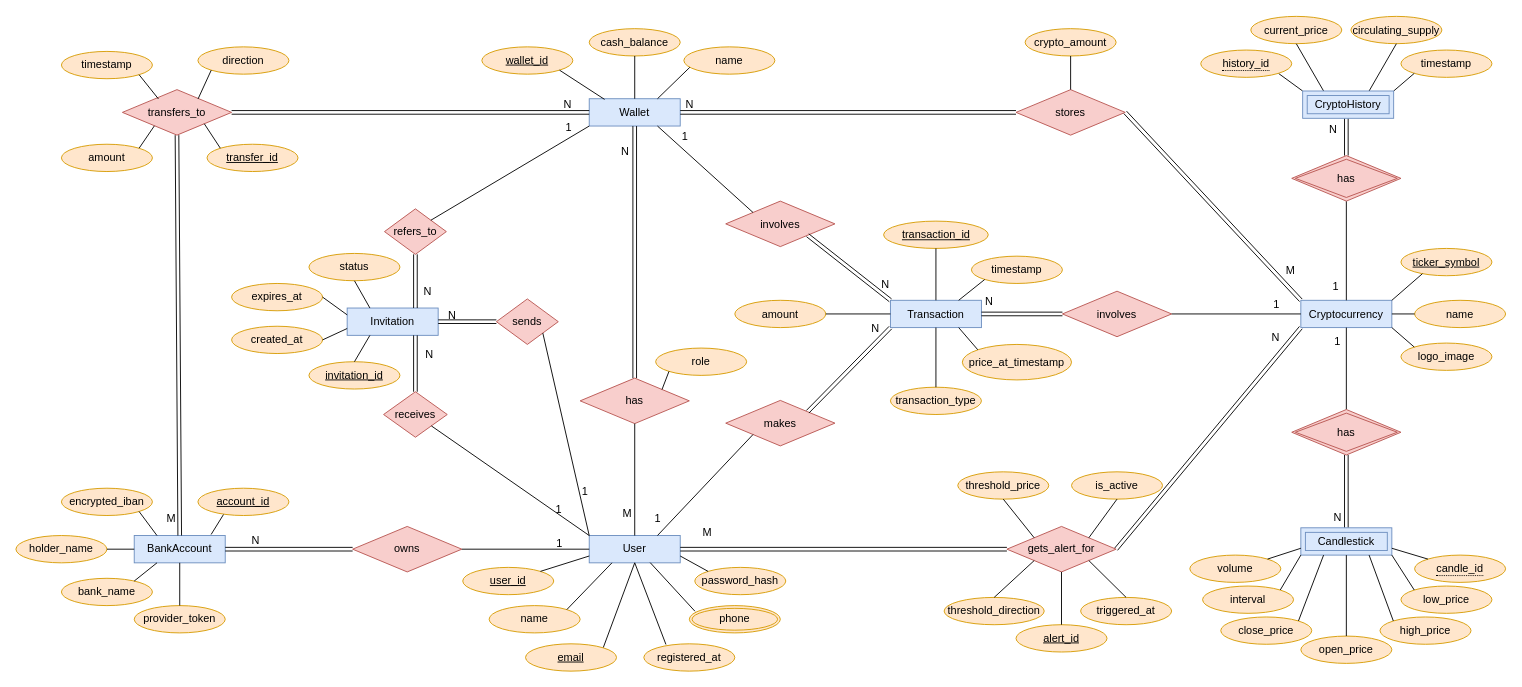
Above: deliverable-1/figures/ER_diagram.drawio in georrous6/Databases (draw.io), before the change. Source tidied: cells renumbered, new cells numbered last; positions are measured from the earlier drawing's top-left corner, leaving out a move shared by most shapes. Both pictures are drawn from the tidied source at 91%, with x=0, y=0 at pixel (15, 16).
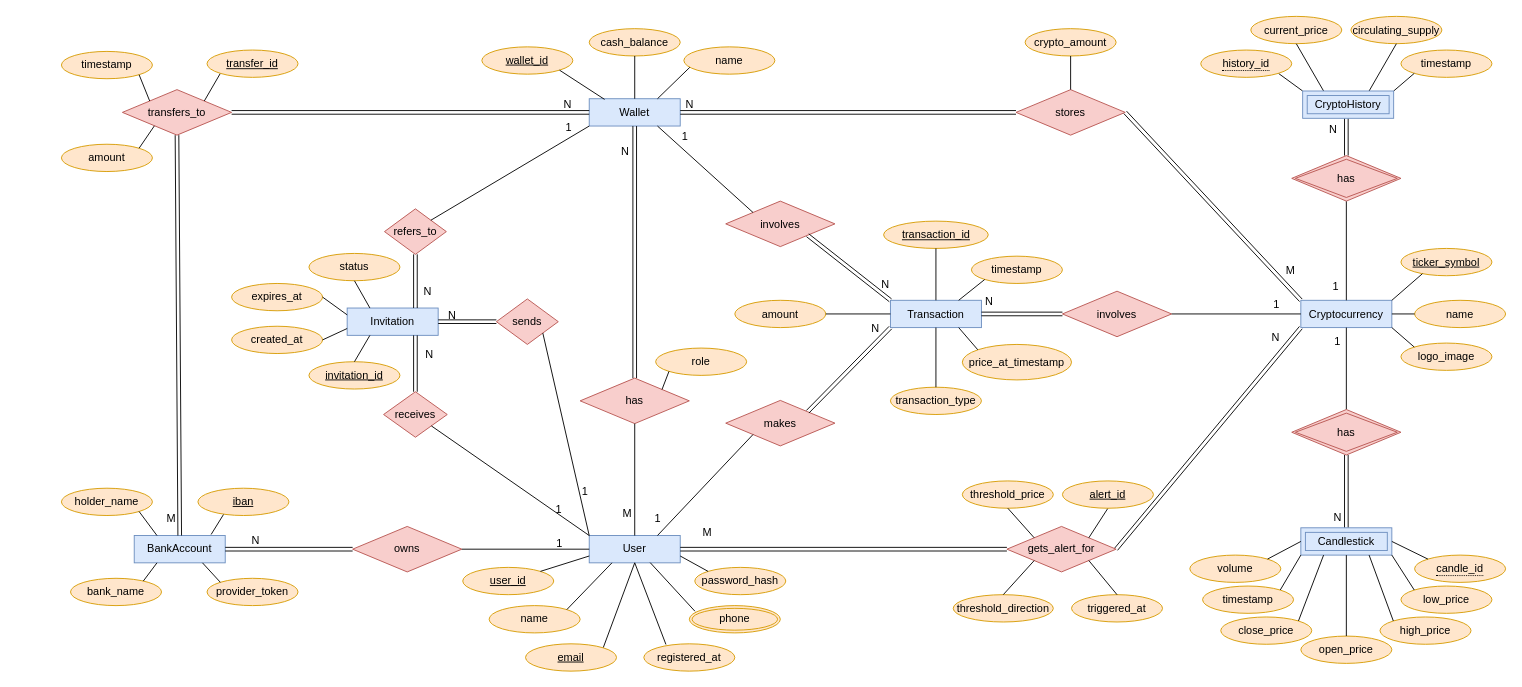
The same page after the edit.

Unchanged cells that the change refers to:
```xml
<mxCell id="7" value="BankAccount" style="whiteSpace=wrap;html=1;align=center;fillColor=#dae8fc;strokeColor=#6c8ebf;" parent="1" vertex="1">
  <mxGeometry x="130" y="570" width="100" height="30" as="geometry" />
</mxCell>
<mxCell id="26" value="transfers_to" style="shape=rhombus;perimeter=rhombusPerimeter;whiteSpace=wrap;html=1;align=center;fillColor=#f8cecc;strokeColor=#b85450;" parent="1" vertex="1">
  <mxGeometry x="117" y="80" width="120" height="50" as="geometry" />
</mxCell>
<mxCell id="29" value="timestamp" style="ellipse;whiteSpace=wrap;html=1;align=center;fillColor=#ffe6cc;strokeColor=#d79b00;" parent="1" vertex="1">
  <mxGeometry x="50" y="38" width="100" height="30" as="geometry" />
</mxCell>
<mxCell id="43" value="gets_alert_for" style="shape=rhombus;perimeter=rhombusPerimeter;whiteSpace=wrap;html=1;align=center;fillColor=#f8cecc;strokeColor=#b85450;" parent="1" vertex="1">
  <mxGeometry x="1089" y="560" width="120" height="50" as="geometry" />
</mxCell>
<mxCell id="48" value="volume" style="ellipse;whiteSpace=wrap;html=1;align=center;fillColor=#ffe6cc;strokeColor=#d79b00;" parent="1" vertex="1">
  <mxGeometry x="1290" y="591.5" width="100" height="30" as="geometry" />
</mxCell>
<mxCell id="50" value="&lt;span style=&quot;border-bottom: 1px dotted&quot;&gt;candle_id&lt;/span&gt;" style="ellipse;whiteSpace=wrap;html=1;align=center;fillColor=#ffe6cc;strokeColor=#d79b00;" parent="1" vertex="1">
  <mxGeometry x="1537" y="591.5" width="100" height="30" as="geometry" />
</mxCell>
<mxCell id="60" value="Candlestick" style="shape=ext;margin=3;double=1;whiteSpace=wrap;html=1;align=center;fillColor=#dae8fc;strokeColor=#6c8ebf;" parent="1" vertex="1">
  <mxGeometry x="1412" y="561.5" width="100" height="30" as="geometry" />
</mxCell>
```

The edit, as a diff of the source:
```diff
@@
-    <mxCell id="9" value="account_id" style="ellipse;whiteSpace=wrap;html=1;align=center;fontStyle=4;fillColor=#ffe6cc;strokeColor=#d79b00;" parent="1" vertex="1">
+    <mxCell id="9" value="iban" style="ellipse;whiteSpace=wrap;html=1;align=center;fontStyle=4;fillColor=#ffe6cc;strokeColor=#d79b00;" parent="1" vertex="1">
       <mxGeometry x="200" y="518" width="100" height="30" as="geometry" />
     </mxCell>
-    <mxCell id="10" value="encrypted_iban" style="ellipse;whiteSpace=wrap;html=1;align=center;fillColor=#ffe6cc;strokeColor=#d79b00;" parent="1" vertex="1">
-      <mxGeometry x="50" y="518" width="100" height="30" as="geometry" />
-    </mxCell>
     <mxCell id="11" value="&lt;p dir=&quot;auto&quot; style=&quot;white-space-collapse: preserve;&quot;&gt;&lt;span style=&quot;color: rgb(0, 0, 0); white-space-collapse: collapse;&quot;&gt;holder_name&lt;/span&gt;&lt;/p&gt;" style="ellipse;whiteSpace=wrap;html=1;align=center;fillColor=#ffe6cc;strokeColor=#d79b00;" parent="1" vertex="1">
-      <mxGeometry y="570" width="100" height="30" as="geometry" />
+      <mxGeometry x="50" y="518" width="100" height="30" as="geometry" />
     </mxCell>
     <mxCell id="12" value="bank_name" style="ellipse;whiteSpace=wrap;html=1;align=center;fillColor=#ffe6cc;strokeColor=#d79b00;" parent="1" vertex="1">
-      <mxGeometry x="50" y="617" width="100" height="30" as="geometry" />
+      <mxGeometry x="60" y="617" width="100" height="30" as="geometry" />
     </mxCell>
@@
     <mxCell id="14" value="provider_token" style="ellipse;whiteSpace=wrap;html=1;align=center;fillColor=#ffe6cc;strokeColor=#d79b00;" parent="1" vertex="1">
-      <mxGeometry x="130" y="647" width="100" height="30" as="geometry" />
+      <mxGeometry x="210" y="617" width="100" height="30" as="geometry" />
     </mxCell>
@@
-    <mxCell id="27" value="direction" style="ellipse;whiteSpace=wrap;html=1;align=center;fillColor=#ffe6cc;strokeColor=#d79b00;" parent="1" vertex="1">
-      <mxGeometry x="200" y="33" width="100" height="30" as="geometry" />
-    </mxCell>
@@
     <mxCell id="38" value="threshold_price" style="ellipse;whiteSpace=wrap;html=1;align=center;fillColor=#ffe6cc;strokeColor=#d79b00;" parent="1" vertex="1">
-      <mxGeometry x="1035" y="500" width="100" height="30" as="geometry" />
+      <mxGeometry x="1040" y="510" width="100" height="30" as="geometry" />
     </mxCell>
     <mxCell id="39" value="triggered_at" style="ellipse;whiteSpace=wrap;html=1;align=center;fillColor=#ffe6cc;strokeColor=#d79b00;" parent="1" vertex="1">
-      <mxGeometry x="1170" y="638" width="100" height="30" as="geometry" />
+      <mxGeometry x="1160" y="635" width="100" height="30" as="geometry" />
     </mxCell>
@@
-    <mxCell id="41" value="is_active" style="ellipse;whiteSpace=wrap;html=1;align=center;fillColor=#ffe6cc;strokeColor=#d79b00;" parent="1" vertex="1">
-      <mxGeometry x="1160" y="500" width="100" height="30" as="geometry" />
-    </mxCell>
     <mxCell id="42" value="threshold_direction" style="ellipse;whiteSpace=wrap;html=1;align=center;fillColor=#ffe6cc;strokeColor=#d79b00;" parent="1" vertex="1">
-      <mxGeometry x="1020" y="638" width="110" height="30" as="geometry" />
+      <mxGeometry x="1030" y="635" width="110" height="30" as="geometry" />
     </mxCell>
@@
-    <mxCell id="49" value="interval" style="ellipse;whiteSpace=wrap;html=1;align=center;fillColor=#ffe6cc;strokeColor=#d79b00;" parent="1" vertex="1">
+    <mxCell id="49" value="timestamp" style="ellipse;whiteSpace=wrap;html=1;align=center;fillColor=#ffe6cc;strokeColor=#d79b00;" parent="1" vertex="1">
       <mxGeometry x="1304" y="625.5" width="100" height="30" as="geometry" />
     </mxCell>
@@
-    <mxCell id="69" style="endArrow=none;html=1;rounded=0;exitX=1;exitY=1;exitDx=0;exitDy=0;entryX=0.25;entryY=0;entryDx=0;entryDy=0;" parent="1" edge="1" source="10" target="7">
-      <mxGeometry relative="1" as="geometry" />
-    </mxCell>
-    <mxCell id="70" style="endArrow=none;html=1;rounded=0;entryX=1;entryY=0.5;entryDx=0;entryDy=0;exitX=0;exitY=0.5;exitDx=0;exitDy=0;" parent="1" edge="1" source="7" target="11">
+    <mxCell id="70" style="endArrow=none;html=1;rounded=0;entryX=1;entryY=1;entryDx=0;entryDy=0;exitX=0.25;exitY=0;exitDx=0;exitDy=0;" parent="1" edge="1" source="7" target="11">
       <mxGeometry relative="1" as="geometry" />
     </mxCell>
@@
-    <mxCell id="72" style="endArrow=none;html=1;rounded=0;exitX=0.5;exitY=0;exitDx=0;exitDy=0;entryX=0.5;entryY=1;entryDx=0;entryDy=0;" parent="1" edge="1" source="14" target="7">
+    <mxCell id="72" style="endArrow=none;html=1;rounded=0;exitX=0;exitY=0;exitDx=0;exitDy=0;entryX=0.75;entryY=1;entryDx=0;entryDy=0;" parent="1" edge="1" source="14" target="7">
       <mxGeometry relative="1" as="geometry" />
     </mxCell>
@@
-    <mxCell id="79" style="endArrow=none;html=1;rounded=0;exitX=0.5;exitY=1;exitDx=0;exitDy=0;entryX=1;entryY=0;entryDx=0;entryDy=0;" parent="1" edge="1" source="41" target="43">
+    <mxCell id="79" style="endArrow=none;html=1;rounded=0;exitX=0.5;exitY=1;exitDx=0;exitDy=0;entryX=1;entryY=0;entryDx=0;entryDy=0;" parent="1" edge="1" source="142" target="43">
       <mxGeometry relative="1" as="geometry" />
     </mxCell>
@@
-    <mxCell id="83" style="endArrow=none;html=1;rounded=0;exitX=0;exitY=0;exitDx=0;exitDy=0;entryX=1;entryY=0.75;entryDx=0;entryDy=0;" parent="1" edge="1" source="50" target="60">
+    <mxCell id="83" style="endArrow=none;html=1;rounded=0;exitX=0;exitY=0;exitDx=0;exitDy=0;entryX=1;entryY=0.5;entryDx=0;entryDy=0;" parent="1" edge="1" source="50" target="60">
       <mxGeometry relative="1" as="geometry" />
     </mxCell>
@@
-    <mxCell id="89" style="endArrow=none;html=1;rounded=0;exitX=1;exitY=0;exitDx=0;exitDy=0;entryX=0;entryY=0.75;entryDx=0;entryDy=0;" parent="1" edge="1" source="48" target="60">
+    <mxCell id="89" style="endArrow=none;html=1;rounded=0;exitX=1;exitY=0;exitDx=0;exitDy=0;entryX=0;entryY=0.5;entryDx=0;entryDy=0;" parent="1" edge="1" source="48" target="60">
       <mxGeometry relative="1" as="geometry" />
     </mxCell>
@@
-    <mxCell id="127" style="endArrow=none;html=1;exitX=1;exitY=1;exitDx=0;exitDy=0;entryX=0.33;entryY=0.204;entryDx=0;entryDy=0;entryPerimeter=0;" parent="1" edge="1" source="29" target="26">
+    <mxCell id="127" style="endArrow=none;html=1;exitX=1;exitY=1;exitDx=0;exitDy=0;entryX=0;entryY=0;entryDx=0;entryDy=0;" parent="1" edge="1" source="29" target="26">
       <mxGeometry relative="1" as="geometry" />
     </mxCell>
-    <mxCell id="128" style="endArrow=none;html=1;entryX=0;entryY=1;entryDx=0;entryDy=0;exitX=0.693;exitY=0.204;exitDx=0;exitDy=0;exitPerimeter=0;" parent="1" edge="1" source="26" target="27">
+    <mxCell id="128" style="endArrow=none;html=1;entryX=0;entryY=1;entryDx=0;entryDy=0;exitX=1;exitY=0;exitDx=0;exitDy=0;" parent="1" edge="1" source="26" target="144">
       <mxGeometry relative="1" as="geometry" />
     </mxCell>
@@
     <mxCell id="142" value="alert_id" style="ellipse;whiteSpace=wrap;html=1;align=center;fontStyle=4;fillColor=#ffe6cc;strokeColor=#d79b00;" parent="1" vertex="1">
-      <mxGeometry x="1099" y="668" width="100" height="30" as="geometry" />
+      <mxGeometry x="1150" y="510" width="100" height="30" as="geometry" />
     </mxCell>
-    <mxCell id="143" style="endArrow=none;html=1;rounded=0;exitX=0.5;exitY=0;exitDx=0;exitDy=0;entryX=0.5;entryY=1;entryDx=0;entryDy=0;" parent="1" edge="1" source="142" target="43">
-      <mxGeometry relative="1" as="geometry" />
-    </mxCell>
     <mxCell id="144" value="transfer_id" style="ellipse;whiteSpace=wrap;html=1;align=center;fontStyle=4;fillColor=#ffe6cc;strokeColor=#d79b00;" parent="1" vertex="1">
-      <mxGeometry x="210" y="140" width="100" height="30" as="geometry" />
+      <mxGeometry x="210" y="36.5" width="100" height="30" as="geometry" />
     </mxCell>
-    <mxCell id="145" style="endArrow=none;html=1;entryX=0;entryY=0;entryDx=0;entryDy=0;exitX=1;exitY=1;exitDx=0;exitDy=0;" parent="1" edge="1" source="26" target="144">
-      <mxGeometry relative="1" as="geometry" />
-    </mxCell>
```
